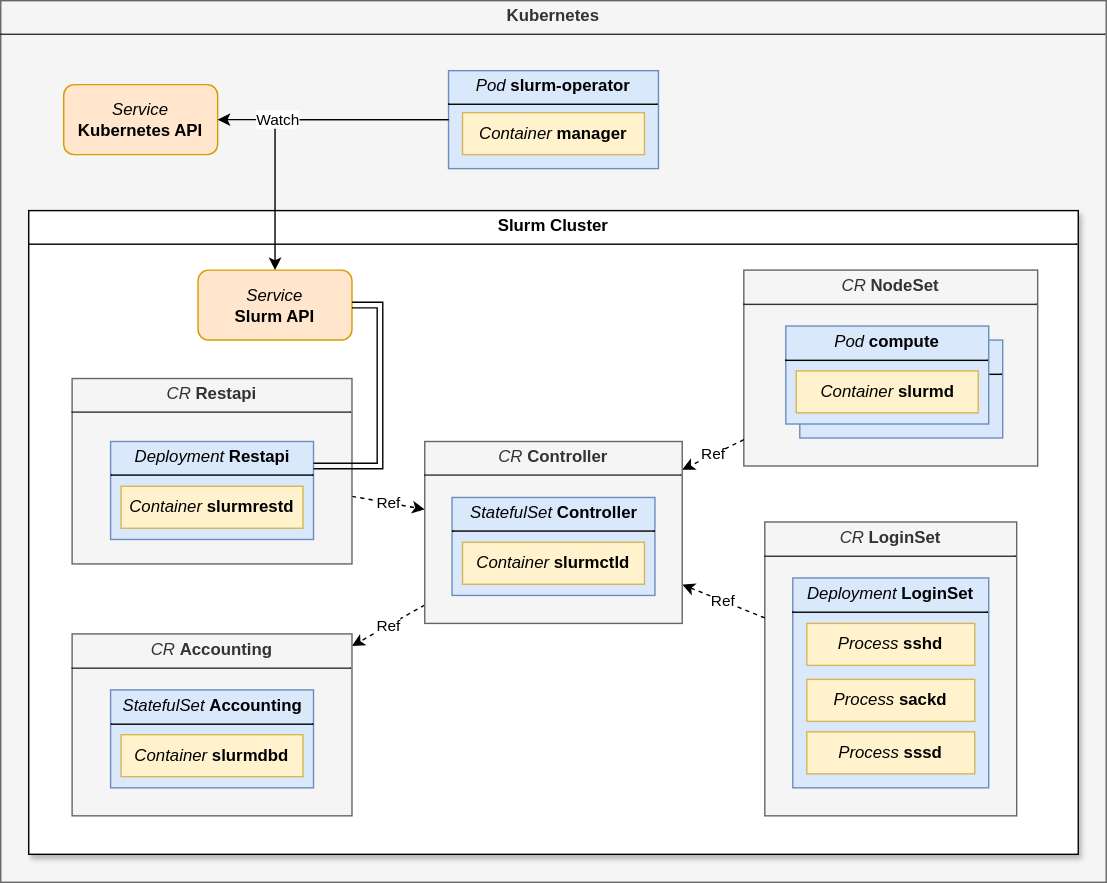
This is docs/_static/images/architecture-operator.svg from whaili/slurm-operator, a draw.io export, as it was before one commit. Source tidied: cells renumbered, new cells last; positions are measured from the earlier drawing's top-left corner, leaving out a move shared by most shapes.
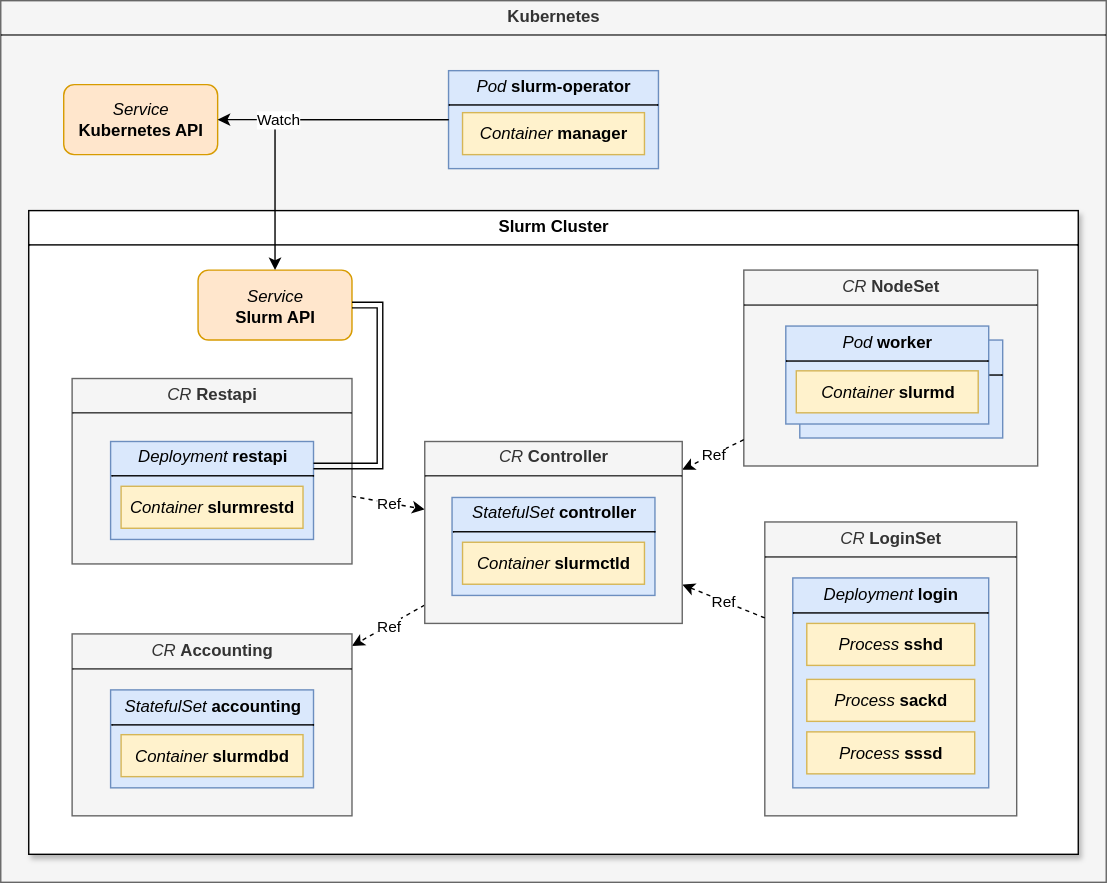
Later version of the same file.

The edit, as a diff of the source:
```diff
@@ -29,13 +29,13 @@
     <mxCell id="10" style="group;" parent="8" vertex="1">
       <mxGeometry x="40" y="50" width="145" height="70" as="geometry" />
     </mxCell>
-    <mxCell id="11" value="&lt;p style=&quot;margin:0px;margin-top:4px;text-align:center;&quot;&gt;&lt;i&gt;Pod&lt;/i&gt;&amp;nbsp;&lt;b&gt;compute&lt;/b&gt;&lt;/p&gt;&lt;hr size=&quot;1&quot; style=&quot;border-style:solid;&quot;&gt;&lt;div style=&quot;height: 2px; padding: 0px 0px 2px; margin: 0px;&quot;&gt;&lt;br&gt;&lt;/div&gt;" style="verticalAlign=top;align=left;overflow=fill;html=1;whiteSpace=wrap;fillColor=#dae8fc;strokeColor=#6c8ebf;gradientColor=none;enumerate=0;comic=0;" parent="10" vertex="1">
+    <mxCell id="11" value="&lt;p style=&quot;margin:0px;margin-top:4px;text-align:center;&quot;&gt;&lt;i&gt;Pod&lt;/i&gt;&amp;nbsp;&lt;b&gt;worker&lt;/b&gt;&lt;/p&gt;&lt;hr size=&quot;1&quot; style=&quot;border-style:solid;&quot;&gt;&lt;div style=&quot;height: 2px; padding: 0px 0px 2px; margin: 0px;&quot;&gt;&lt;br&gt;&lt;/div&gt;" style="verticalAlign=top;align=left;overflow=fill;html=1;whiteSpace=wrap;fillColor=#dae8fc;strokeColor=#6c8ebf;gradientColor=none;enumerate=0;comic=0;" parent="10" vertex="1">
       <mxGeometry width="145" height="70" as="geometry" />
     </mxCell>
     <mxCell id="12" style="group;" parent="10" vertex="1">
       <mxGeometry x="-10" y="-10" width="145" height="70" as="geometry" />
     </mxCell>
-    <mxCell id="13" value="&lt;p style=&quot;margin:0px;margin-top:4px;text-align:center;&quot;&gt;&lt;i&gt;Pod&lt;/i&gt;&amp;nbsp;&lt;b&gt;compute&lt;/b&gt;&lt;/p&gt;&lt;hr size=&quot;1&quot; style=&quot;border-style:solid;&quot;&gt;&lt;div style=&quot;height: 2px; padding: 0px 0px 2px; margin: 0px;&quot;&gt;&lt;br&gt;&lt;/div&gt;" style="verticalAlign=top;align=left;overflow=fill;html=1;whiteSpace=wrap;fillColor=#dae8fc;strokeColor=#6c8ebf;gradientColor=none;enumerate=0;comic=0;" parent="12" vertex="1">
+    <mxCell id="13" value="&lt;p style=&quot;margin:0px;margin-top:4px;text-align:center;&quot;&gt;&lt;i&gt;Pod&lt;/i&gt;&amp;nbsp;&lt;b&gt;worker&lt;/b&gt;&lt;/p&gt;&lt;hr size=&quot;1&quot; style=&quot;border-style:solid;&quot;&gt;&lt;div style=&quot;height: 2px; padding: 0px 0px 2px; margin: 0px;&quot;&gt;&lt;br&gt;&lt;/div&gt;" style="verticalAlign=top;align=left;overflow=fill;html=1;whiteSpace=wrap;fillColor=#dae8fc;strokeColor=#6c8ebf;gradientColor=none;enumerate=0;comic=0;" parent="12" vertex="1">
       <mxGeometry width="145" height="70" as="geometry" />
     </mxCell>
     <mxCell id="14" value="&lt;i&gt;Container&lt;/i&gt;&amp;nbsp;&lt;b&gt;slurmd&lt;/b&gt;" style="rounded=0;whiteSpace=wrap;html=1;fillColor=#fff2cc;strokeColor=#d6b656;align=center;textShadow=0;labelBorderColor=none;labelBackgroundColor=none;" parent="12" vertex="1">
@@ -50,7 +50,7 @@
     <mxCell id="17" style="group;align=center;" parent="15" vertex="1">
       <mxGeometry x="20" y="40" width="140" height="150" as="geometry" />
     </mxCell>
-    <mxCell id="18" value="&lt;p style=&quot;margin:0px;margin-top:4px;text-align:center;&quot;&gt;&lt;i&gt;Deployment&lt;/i&gt;&amp;nbsp;&lt;b&gt;LoginSet&lt;/b&gt;&lt;/p&gt;&lt;hr size=&quot;1&quot; style=&quot;border-style:solid;&quot;&gt;&lt;div style=&quot;height: 2px; padding: 0px 0px 2px; margin: 0px;&quot;&gt;&lt;br&gt;&lt;/div&gt;" style="verticalAlign=top;align=left;overflow=fill;html=1;whiteSpace=wrap;fillColor=#dae8fc;strokeColor=#6c8ebf;gradientColor=none;enumerate=0;comic=0;" parent="17" vertex="1">
+    <mxCell id="18" value="&lt;p style=&quot;margin:0px;margin-top:4px;text-align:center;&quot;&gt;&lt;i&gt;Deployment&lt;/i&gt;&amp;nbsp;&lt;b&gt;login&lt;/b&gt;&lt;/p&gt;&lt;hr size=&quot;1&quot; style=&quot;border-style:solid;&quot;&gt;&lt;div style=&quot;height: 2px; padding: 0px 0px 2px; margin: 0px;&quot;&gt;&lt;br&gt;&lt;/div&gt;" style="verticalAlign=top;align=left;overflow=fill;html=1;whiteSpace=wrap;fillColor=#dae8fc;strokeColor=#6c8ebf;gradientColor=none;enumerate=0;comic=0;" parent="17" vertex="1">
       <mxGeometry width="140" height="150" as="geometry" />
     </mxCell>
     <mxCell id="19" value="&lt;i&gt;Process&lt;/i&gt;&amp;nbsp;&lt;b&gt;sshd&lt;/b&gt;" style="rounded=0;whiteSpace=wrap;html=1;fillColor=#fff2cc;strokeColor=#d6b656;align=center;textShadow=0;labelBorderColor=none;labelBackgroundColor=none;" parent="17" vertex="1">
@@ -92,7 +92,7 @@
     <mxCell id="31" style="group;" parent="29" vertex="1">
       <mxGeometry x="27.5" y="45" width="145" height="70" as="geometry" />
     </mxCell>
-    <mxCell id="32" value="&lt;p style=&quot;margin:0px;margin-top:4px;text-align:center;&quot;&gt;&lt;i&gt;Deployment&lt;/i&gt;&amp;nbsp;&lt;b&gt;Restapi&lt;/b&gt;&lt;/p&gt;&lt;hr size=&quot;1&quot; style=&quot;border-style:solid;&quot;&gt;&lt;div style=&quot;height: 2px; padding: 0px 0px 2px; margin: 0px;&quot;&gt;&lt;br&gt;&lt;/div&gt;" style="verticalAlign=top;align=left;overflow=fill;html=1;whiteSpace=wrap;fillColor=#dae8fc;strokeColor=#6c8ebf;gradientColor=none;enumerate=0;comic=0;" parent="31" vertex="1">
+    <mxCell id="32" value="&lt;p style=&quot;margin:0px;margin-top:4px;text-align:center;&quot;&gt;&lt;i&gt;Deployment&lt;/i&gt;&amp;nbsp;&lt;b&gt;restapi&lt;/b&gt;&lt;/p&gt;&lt;hr size=&quot;1&quot; style=&quot;border-style:solid;&quot;&gt;&lt;div style=&quot;height: 2px; padding: 0px 0px 2px; margin: 0px;&quot;&gt;&lt;br&gt;&lt;/div&gt;" style="verticalAlign=top;align=left;overflow=fill;html=1;whiteSpace=wrap;fillColor=#dae8fc;strokeColor=#6c8ebf;gradientColor=none;enumerate=0;comic=0;" parent="31" vertex="1">
       <mxGeometry width="145" height="70" as="geometry" />
     </mxCell>
     <mxCell id="33" value="&lt;i&gt;Container&lt;/i&gt;&amp;nbsp;&lt;b&gt;slurmrestd&lt;/b&gt;" style="rounded=0;whiteSpace=wrap;html=1;fillColor=#fff2cc;strokeColor=#d6b656;align=center;textShadow=0;labelBorderColor=none;labelBackgroundColor=none;" parent="31" vertex="1">
@@ -110,7 +110,7 @@
     <mxCell id="37" style="group;" parent="35" vertex="1">
       <mxGeometry x="27.5" y="40" width="145" height="70" as="geometry" />
     </mxCell>
-    <mxCell id="38" value="&lt;p style=&quot;margin:0px;margin-top:4px;text-align:center;&quot;&gt;&lt;i&gt;StatefulSet&lt;/i&gt;&amp;nbsp;&lt;b&gt;Accounting&lt;/b&gt;&lt;/p&gt;&lt;hr size=&quot;1&quot; style=&quot;border-style:solid;&quot;&gt;&lt;div style=&quot;height: 2px; padding: 0px 0px 2px; margin: 0px;&quot;&gt;&lt;br&gt;&lt;/div&gt;" style="verticalAlign=top;align=left;overflow=fill;html=1;whiteSpace=wrap;fillColor=#dae8fc;strokeColor=#6c8ebf;gradientColor=none;enumerate=0;comic=0;" parent="37" vertex="1">
+    <mxCell id="38" value="&lt;p style=&quot;margin:0px;margin-top:4px;text-align:center;&quot;&gt;&lt;i&gt;StatefulSet&lt;/i&gt;&amp;nbsp;&lt;b&gt;accounting&lt;/b&gt;&lt;/p&gt;&lt;hr size=&quot;1&quot; style=&quot;border-style:solid;&quot;&gt;&lt;div style=&quot;height: 2px; padding: 0px 0px 2px; margin: 0px;&quot;&gt;&lt;br&gt;&lt;/div&gt;" style="verticalAlign=top;align=left;overflow=fill;html=1;whiteSpace=wrap;fillColor=#dae8fc;strokeColor=#6c8ebf;gradientColor=none;enumerate=0;comic=0;" parent="37" vertex="1">
       <mxGeometry width="145" height="70" as="geometry" />
     </mxCell>
     <mxCell id="39" value="&lt;i&gt;Container&lt;/i&gt;&amp;nbsp;&lt;b&gt;slurmdbd&lt;/b&gt;" style="rounded=0;whiteSpace=wrap;html=1;fillColor=#fff2cc;strokeColor=#d6b656;align=center;textShadow=0;labelBorderColor=none;labelBackgroundColor=none;" parent="37" vertex="1">
@@ -125,7 +125,7 @@
     <mxCell id="42" style="group;" parent="40" vertex="1">
       <mxGeometry x="19.5" y="40" width="145" height="70" as="geometry" />
     </mxCell>
-    <mxCell id="43" value="&lt;p style=&quot;margin:0px;margin-top:4px;text-align:center;&quot;&gt;&lt;i&gt;StatefulSet&lt;/i&gt;&amp;nbsp;&lt;b&gt;Controller&lt;/b&gt;&lt;/p&gt;&lt;hr size=&quot;1&quot; style=&quot;border-style:solid;&quot;&gt;&lt;div style=&quot;height: 2px; padding: 0px 0px 2px; margin: 0px;&quot;&gt;&lt;br&gt;&lt;/div&gt;" style="verticalAlign=top;align=left;overflow=fill;html=1;whiteSpace=wrap;fillColor=#dae8fc;strokeColor=#6c8ebf;gradientColor=none;enumerate=0;comic=0;" parent="42" vertex="1">
+    <mxCell id="43" value="&lt;p style=&quot;margin:0px;margin-top:4px;text-align:center;&quot;&gt;&lt;i&gt;StatefulSet&lt;/i&gt;&amp;nbsp;&lt;b&gt;controller&lt;/b&gt;&lt;/p&gt;&lt;hr size=&quot;1&quot; style=&quot;border-style:solid;&quot;&gt;&lt;div style=&quot;height: 2px; padding: 0px 0px 2px; margin: 0px;&quot;&gt;&lt;br&gt;&lt;/div&gt;" style="verticalAlign=top;align=left;overflow=fill;html=1;whiteSpace=wrap;fillColor=#dae8fc;strokeColor=#6c8ebf;gradientColor=none;enumerate=0;comic=0;" parent="42" vertex="1">
       <mxGeometry width="145" height="70" as="geometry" />
     </mxCell>
     <mxCell id="44" value="&lt;i&gt;Container&lt;/i&gt;&amp;nbsp;&lt;b&gt;slurmctld&lt;/b&gt;" style="rounded=0;whiteSpace=wrap;html=1;fillColor=#fff2cc;strokeColor=#d6b656;align=center;textShadow=0;labelBorderColor=none;labelBackgroundColor=none;" parent="42" vertex="1">
```
